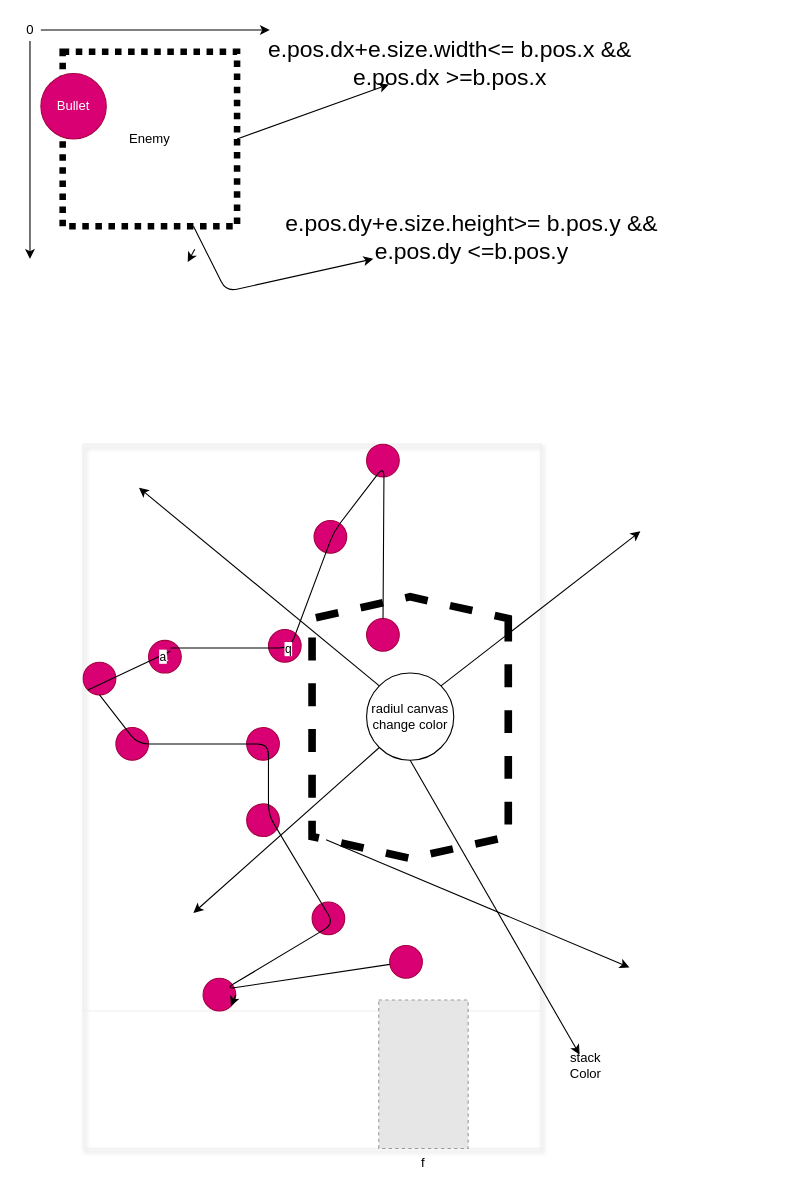
Above: lib/screens/on_play/sketch/player.drawio in yeasin50/space_craft (draw.io), before the change. Source tidied: cells renumbered, new cells numbered last; positions are measured from the earlier drawing's top-left corner, leaving out a move shared by most shapes. Both pictures are drawn from the tidied source at 109%, with x=0, y=0 at pixel (19, 19). Pictures stored in the file or linked from it are replaced by grey dashed boxes.
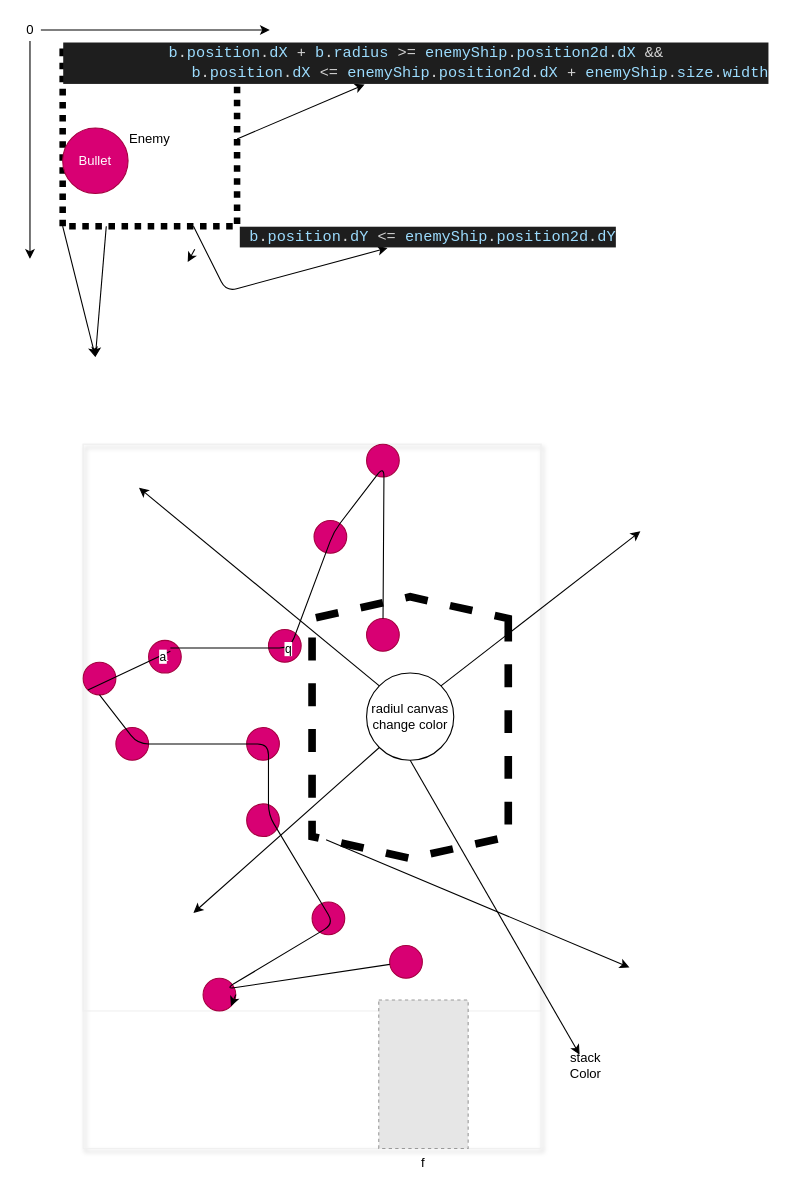
The same diagram, later.

Commit message (it also covers changes not shown here):
fixed-bullet-collusion

Unchanged cells that the change refers to:
```xml
<mxCell id="33" value="Enemy" style="whiteSpace=wrap;html=1;dashed=1;dashPattern=1 1;strokeWidth=6;fillColor=none;" parent="1" vertex="1">
  <mxGeometry x="40" y="30" width="160" height="160" as="geometry" />
</mxCell>
```

Diff of the diagram source:
```diff
@@
+    <mxCell id="41" style="edgeStyle=none;html=1;exitX=0.25;exitY=1;exitDx=0;exitDy=0;" parent="1" edge="1" source="33">
+      <mxGeometry relative="1" as="geometry">
+        <mxPoint x="70" y="310" as="targetPoint" />
+      </mxGeometry>
+    </mxCell>
+    <mxCell id="42" style="edgeStyle=none;html=1;exitX=0;exitY=1;exitDx=0;exitDy=0;" parent="1" edge="1" source="33">
+      <mxGeometry relative="1" as="geometry">
+        <mxPoint x="70" y="310" as="targetPoint" />
+      </mxGeometry>
+    </mxCell>
@@
     <mxCell id="35" value="Bullet" style="ellipse;whiteSpace=wrap;html=1;fillColor=#d80073;strokeColor=#A50040;fontColor=#ffffff;" parent="1" vertex="1">
-      <mxGeometry x="20" y="50" width="60" height="60" as="geometry" />
+      <mxGeometry x="40" y="100" width="60" height="60" as="geometry" />
     </mxCell>
-    <mxCell id="36" value="&lt;font style=&quot;font-size: 21px&quot;&gt;e.pos.dx+e.size.width&amp;lt;= b.pos.x &amp;amp;&amp;amp;&lt;br&gt;e.pos.dx &amp;gt;=b.pos.x&lt;br&gt;&lt;/font&gt;" style="text;html=1;align=center;verticalAlign=middle;points=[];strokeColor=none;" parent="1" vertex="1">
-      <mxGeometry x="220" y="20" width="350" height="40" as="geometry" />
+    <mxCell id="36" value="&lt;font style=&quot;font-size: 21px&quot;&gt;&lt;div style=&quot;color: rgb(212 , 212 , 212) ; background-color: rgb(30 , 30 , 30) ; font-family: &amp;#34;consolas&amp;#34; , &amp;#34;courier new&amp;#34; , monospace ; font-size: 14px ; line-height: 19px&quot;&gt;&lt;div&gt;&lt;span style=&quot;color: #9cdcfe&quot;&gt;b&lt;/span&gt;.&lt;span style=&quot;color: #9cdcfe&quot;&gt;position&lt;/span&gt;.&lt;span style=&quot;color: #9cdcfe&quot;&gt;dX&lt;/span&gt; + &lt;span style=&quot;color: #9cdcfe&quot;&gt;b&lt;/span&gt;.&lt;span style=&quot;color: #9cdcfe&quot;&gt;radius&lt;/span&gt; &amp;gt;= &lt;span style=&quot;color: #9cdcfe&quot;&gt;enemyShip&lt;/span&gt;.&lt;span style=&quot;color: #9cdcfe&quot;&gt;position2d&lt;/span&gt;.&lt;span style=&quot;color: #9cdcfe&quot;&gt;dX&lt;/span&gt; &amp;amp;&amp;amp;&lt;/div&gt;&lt;div&gt;&amp;nbsp; &amp;nbsp; &amp;nbsp; &amp;nbsp; &amp;nbsp; &amp;nbsp; &amp;nbsp; &lt;span style=&quot;color: #9cdcfe&quot;&gt;b&lt;/span&gt;.&lt;span style=&quot;color: #9cdcfe&quot;&gt;position&lt;/span&gt;.&lt;span style=&quot;color: #9cdcfe&quot;&gt;dX&lt;/span&gt; &amp;lt;= &lt;span style=&quot;color: #9cdcfe&quot;&gt;enemyShip&lt;/span&gt;.&lt;span style=&quot;color: #9cdcfe&quot;&gt;position2d&lt;/span&gt;.&lt;span style=&quot;color: #9cdcfe&quot;&gt;dX&lt;/span&gt; + &lt;span style=&quot;color: #9cdcfe&quot;&gt;enemyShip&lt;/span&gt;.&lt;span style=&quot;color: #9cdcfe&quot;&gt;size&lt;/span&gt;.&lt;span style=&quot;color: #9cdcfe&quot;&gt;width&lt;/span&gt; &lt;/div&gt;&lt;/div&gt;&lt;/font&gt;" style="text;html=1;align=center;verticalAlign=middle;points=[];strokeColor=none;" parent="1" vertex="1">
+      <mxGeometry x="58.8" y="20" width="610" height="40" as="geometry" />
     </mxCell>
-    <mxCell id="37" value="&lt;font style=&quot;font-size: 21px&quot;&gt;e.pos.dy+e.size.height&amp;gt;= b.pos.y &amp;amp;&amp;amp;&lt;br&gt;e.pos.dy &amp;lt;=b.pos.y&lt;br&gt;&lt;/font&gt;" style="text;html=1;align=center;verticalAlign=middle;points=[];strokeColor=none;" parent="1" vertex="1">
-      <mxGeometry x="235" y="180" width="360" height="40" as="geometry" />
+    <mxCell id="37" value="&lt;font style=&quot;font-size: 21px&quot;&gt;&lt;div style=&quot;color: rgb(212 , 212 , 212) ; background-color: rgb(30 , 30 , 30) ; font-family: &amp;#34;consolas&amp;#34; , &amp;#34;courier new&amp;#34; , monospace ; font-size: 14px ; line-height: 19px&quot;&gt;&amp;nbsp;&lt;span style=&quot;color: #9cdcfe&quot;&gt;b&lt;/span&gt;.&lt;span style=&quot;color: #9cdcfe&quot;&gt;position&lt;/span&gt;.&lt;span style=&quot;color: #9cdcfe&quot;&gt;dY&lt;/span&gt; &amp;lt;= &lt;span style=&quot;color: #9cdcfe&quot;&gt;enemyShip&lt;/span&gt;.&lt;span style=&quot;color: #9cdcfe&quot;&gt;position2d&lt;/span&gt;.&lt;span style=&quot;color: #9cdcfe&quot;&gt;dY&lt;/span&gt;&lt;/div&gt;&lt;/font&gt;" style="text;html=1;align=center;verticalAlign=middle;points=[];strokeColor=none;" parent="1" vertex="1">
+      <mxGeometry x="210" y="190" width="330" height="20" as="geometry" />
     </mxCell>
```
